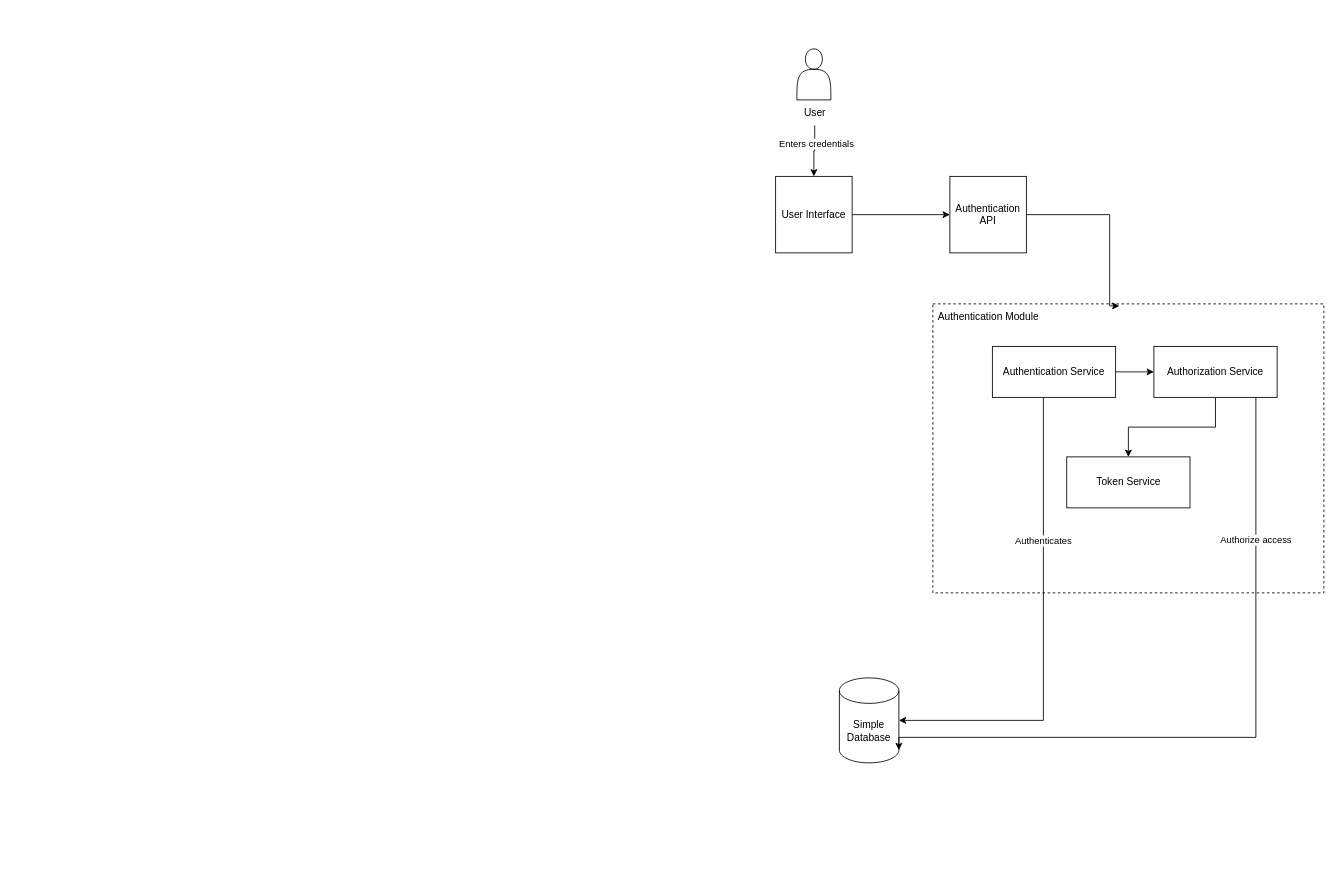
Noumannomi123/LogsMate keeps this draw.io diagram as Untitled Diagram.drawio. Above is the earlier version. Source tidied: cells renumbered, new cells numbered last; positions are measured from the earlier drawing's top-left corner, leaving out a move shared by most shapes. Both pictures are drawn from the tidied source at 85%, with x=0, y=0 at pixel (775, 48).
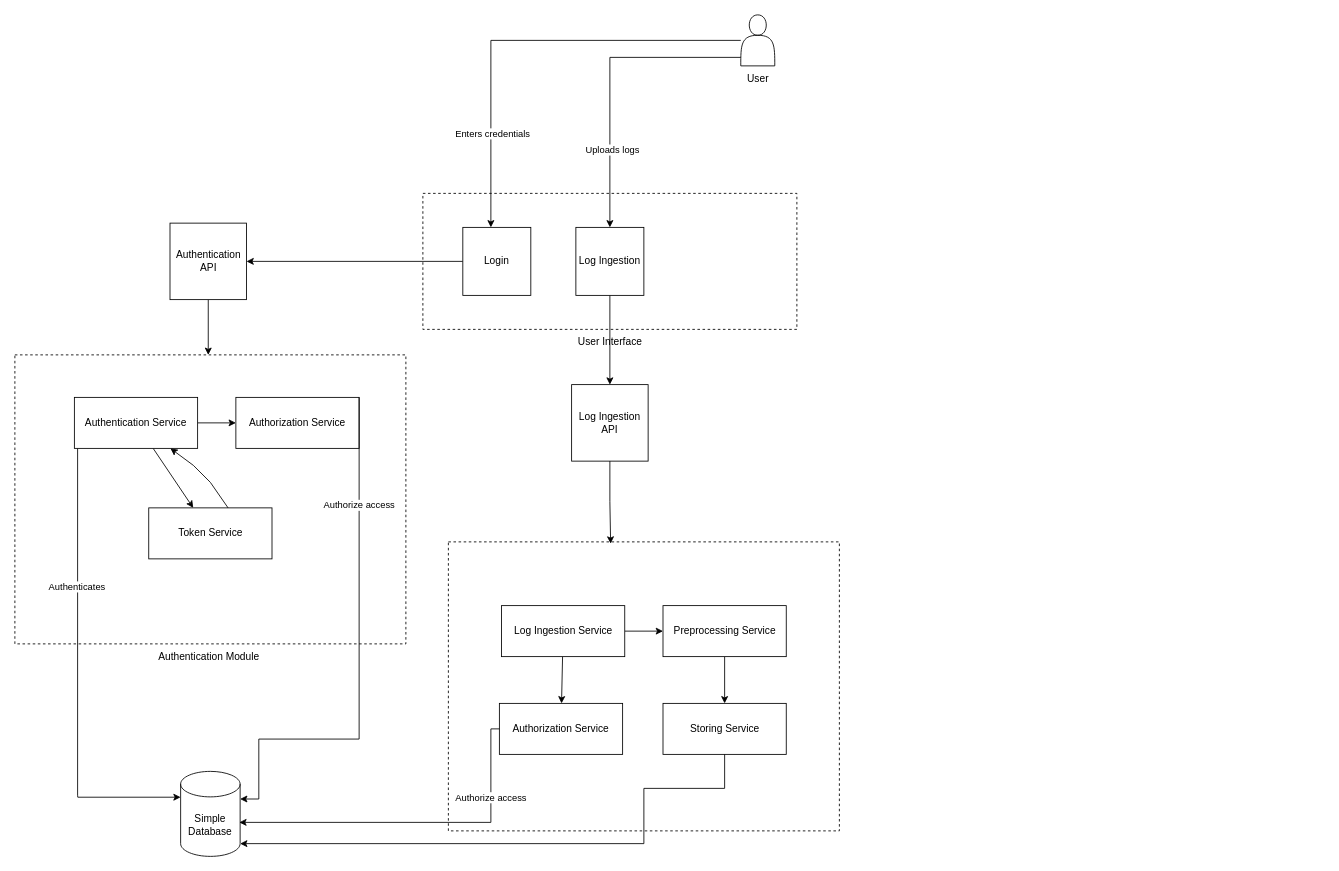
The same page after the edit.

Diff of the diagram source:
```diff
@@
     <mxCell id="2" style="rounded=0;whiteSpace=wrap;html=1;dashed=1;" parent="1" vertex="1">
-      <mxGeometry x="185" y="300" width="460" height="340" as="geometry" />
+      <mxGeometry x="-895" y="360" width="460" height="340" as="geometry" />
     </mxCell>
     <mxCell id="3" style="shape=actor;whiteSpace=wrap;html=1;" parent="1" vertex="1">
-      <mxGeometry x="25" width="40" height="60" as="geometry" />
+      <mxGeometry x="-41" y="-40" width="40" height="60" as="geometry" />
     </mxCell>
-    <mxCell id="4" style="edgeStyle=orthogonalEdgeStyle;rounded=0;jettySize=auto;html=1;" parent="1" edge="1" source="6" target="9">
-      <mxGeometry relative="1" as="geometry" />
-    </mxCell>
-    <mxCell id="5" value="Enters credentials" style="edgeLabel;html=1;align=center;verticalAlign=middle;" parent="4" vertex="1">
-      <mxGeometry x="-0.36" relative="1" as="geometry">
-        <mxPoint x="1" y="1" as="offset" />
-      </mxGeometry>
-    </mxCell>
     <mxCell id="6" value="User" style="text;html=1;align=center;verticalAlign=middle;points=[];strokeColor=none;fillColor=none;" parent="1" vertex="1">
-      <mxGeometry x="21" y="60" width="50" height="30" as="geometry" />
+      <mxGeometry x="-46" y="20" width="50" height="30" as="geometry" />
     </mxCell>
     <mxCell id="7" value="Authentication Module" style="text;html=1;align=center;verticalAlign=middle;strokeColor=none;fillColor=none;" parent="1" vertex="1">
-      <mxGeometry x="180" y="300" width="140" height="30" as="geometry" />
+      <mxGeometry x="-737.5" y="700" width="140" height="30" as="geometry" />
     </mxCell>
-    <mxCell id="8" style="edgeStyle=orthogonalEdgeStyle;rounded=0;jettySize=auto;html=1;" parent="1" edge="1" source="9" target="10">
-      <mxGeometry relative="1" as="geometry" />
-    </mxCell>
-    <mxCell id="9" value="User Interface" style="whiteSpace=wrap;html=1;" parent="1" vertex="1">
-      <mxGeometry y="150" width="90" height="90" as="geometry" />
-    </mxCell>
+    <mxCell id="11" style="edgeStyle=orthogonalEdgeStyle;rounded=0;jettySize=auto;html=1;" parent="1" edge="1" source="10" target="2">
+      <mxGeometry relative="1" as="geometry">
+        <Array as="points">
+          <mxPoint x="-665" y="260" />
+        </Array>
+      </mxGeometry>
+    </mxCell>
     <mxCell id="10" value="Authentication API" style="whiteSpace=wrap;html=1;" parent="1" vertex="1">
-      <mxGeometry x="205" y="150" width="90" height="90" as="geometry" />
+      <mxGeometry x="-712.5" y="205" width="90" height="90" as="geometry" />
     </mxCell>
-    <mxCell id="11" style="edgeStyle=orthogonalEdgeStyle;rounded=0;jettySize=auto;html=1;entryX=0.477;entryY=0.007;entryDx=0;entryDy=0;entryPerimeter=0;" parent="1" edge="1" source="10" target="2">
-      <mxGeometry relative="1" as="geometry">
-        <Array as="points">
-          <mxPoint x="393" y="195" />
-        </Array>
-      </mxGeometry>
-    </mxCell>
-    <mxCell id="12" style="edgeStyle=orthogonalEdgeStyle;rounded=0;jettySize=auto;html=1;" parent="1" edge="1" source="13" target="18">
-      <mxGeometry relative="1" as="geometry" />
-    </mxCell>
     <mxCell id="13" value="Authorization Service" style="rounded=0;whiteSpace=wrap;html=1;" parent="1" vertex="1">
-      <mxGeometry x="445" y="350" width="145" height="60" as="geometry" />
+      <mxGeometry x="-635" y="410" width="145" height="60" as="geometry" />
     </mxCell>
@@
-    <mxCell id="15" style="edgeStyle=orthogonalEdgeStyle;rounded=0;jettySize=auto;html=1;" parent="1" edge="1" source="17" target="19">
+    <mxCell id="15" style="edgeStyle=orthogonalEdgeStyle;rounded=0;orthogonalLoop=1;jettySize=auto;html=1;entryX=0;entryY=0;entryDx=0;entryDy=32.5;entryPerimeter=0;exitX=0.026;exitY=1.035;exitDx=0;exitDy=0;exitPerimeter=0;" parent="1" edge="1">
       <mxGeometry relative="1" as="geometry">
+        <mxPoint x="-821.2" y="470" as="sourcePoint" />
+        <mxPoint x="-700" y="880.4" as="targetPoint" />
         <Array as="points">
-          <mxPoint x="315" y="790" />
+          <mxPoint x="-821" y="878" />
+          <mxPoint x="-821" y="880" />
         </Array>
       </mxGeometry>
     </mxCell>
@@
+    <mxCell id="22" style="rounded=0;jettySize=auto;html=1;" parent="1" edge="1" source="17" target="18">
+      <mxGeometry relative="1" as="geometry" />
+    </mxCell>
     <mxCell id="17" value="Authentication Service" style="rounded=0;whiteSpace=wrap;html=1;" parent="1" vertex="1">
-      <mxGeometry x="255" y="350" width="145" height="60" as="geometry" />
+      <mxGeometry x="-825" y="410" width="145" height="60" as="geometry" />
     </mxCell>
+    <mxCell id="23" style="rounded=0;jettySize=auto;html=1;exitX=0.658;exitY=0.05;exitDx=0;exitDy=0;exitPerimeter=0;" parent="1" edge="1" source="18" target="17">
+      <mxGeometry relative="1" as="geometry">
+        <Array as="points">
+          <mxPoint x="-665" y="510" />
+          <mxPoint x="-685" y="490" />
+        </Array>
+      </mxGeometry>
+    </mxCell>
     <mxCell id="18" value="Token Service" style="rounded=0;whiteSpace=wrap;html=1;" parent="1" vertex="1">
-      <mxGeometry x="342.5" y="480" width="145" height="60" as="geometry" />
+      <mxGeometry x="-737.5" y="540" width="145" height="60" as="geometry" />
     </mxCell>
     <mxCell id="19" value="Simple Database" style="shape=cylinder3;whiteSpace=wrap;html=1;boundedLbl=1;backgroundOutline=1;size=15;" parent="1" vertex="1">
-      <mxGeometry x="75" y="740" width="70" height="100" as="geometry" />
+      <mxGeometry x="-700" y="850" width="70" height="100" as="geometry" />
     </mxCell>
-    <mxCell id="20" style="edgeStyle=orthogonalEdgeStyle;rounded=0;jettySize=auto;html=1;entryX=1;entryY=1;entryDx=0;entryDy=-15;entryPerimeter=0;" parent="1" edge="1" source="13" target="19">
+    <mxCell id="20" style="edgeStyle=orthogonalEdgeStyle;rounded=0;jettySize=auto;html=1;entryX=1;entryY=0;entryDx=0;entryDy=32.5;entryPerimeter=0;" parent="1" edge="1" target="19">
       <mxGeometry relative="1" as="geometry">
+        <mxPoint x="-490" y="410" as="sourcePoint" />
         <Array as="points">
-          <mxPoint x="565" y="810" />
-          <mxPoint x="145" y="810" />
+          <mxPoint x="-490" y="812" />
+          <mxPoint x="-608" y="812" />
+          <mxPoint x="-608" y="883" />
         </Array>
       </mxGeometry>
     </mxCell>
@@
+    <mxCell id="24" style="rounded=0;whiteSpace=wrap;html=1;dashed=1;" parent="1" vertex="1">
+      <mxGeometry x="-415" y="170" width="440" height="160" as="geometry" />
+    </mxCell>
+    <mxCell id="25" style="edgeStyle=orthogonalEdgeStyle;rounded=0;jettySize=auto;html=1;" parent="1" edge="1" source="26" target="38">
+      <mxGeometry relative="1" as="geometry" />
+    </mxCell>
+    <mxCell id="26" value="Log Ingestion" style="whiteSpace=wrap;html=1;" parent="1" vertex="1">
+      <mxGeometry x="-235" y="210" width="80" height="80" as="geometry" />
+    </mxCell>
+    <mxCell id="27" style="edgeStyle=orthogonalEdgeStyle;rounded=0;jettySize=auto;html=1;entryX=1;entryY=0.5;entryDx=0;entryDy=0;" parent="1" edge="1" source="28" target="10">
+      <mxGeometry relative="1" as="geometry" />
+    </mxCell>
+    <mxCell id="28" value="Login" style="whiteSpace=wrap;html=1;" parent="1" vertex="1">
+      <mxGeometry x="-368" y="210" width="80" height="80" as="geometry" />
+    </mxCell>
+    <mxCell id="29" style="edgeStyle=orthogonalEdgeStyle;rounded=0;jettySize=auto;html=1;" parent="1" edge="1" source="3" target="28">
+      <mxGeometry relative="1" as="geometry">
+        <Array as="points">
+          <mxPoint x="-335" y="-10" />
+        </Array>
+      </mxGeometry>
+    </mxCell>
+    <mxCell id="5" value="Enters credentials" style="edgeLabel;html=1;align=center;verticalAlign=middle;" parent="29" vertex="1">
+      <mxGeometry x="0.57" y="1" relative="1" as="geometry" />
+    </mxCell>
+    <mxCell id="30" style="edgeStyle=orthogonalEdgeStyle;rounded=0;jettySize=auto;html=1;" parent="1" edge="1" source="3" target="26">
+      <mxGeometry relative="1" as="geometry">
+        <Array as="points">
+          <mxPoint x="-195" y="10" />
+        </Array>
+      </mxGeometry>
+    </mxCell>
+    <mxCell id="31" value="Uploads logs" style="edgeLabel;html=1;align=center;verticalAlign=middle;" parent="30" vertex="1">
+      <mxGeometry x="0.48" y="2" relative="1" as="geometry" />
+    </mxCell>
+    <mxCell id="32" style="rounded=0;whiteSpace=wrap;html=1;dashed=1;" parent="1" vertex="1">
+      <mxGeometry x="-385" y="580" width="460" height="340" as="geometry" />
+    </mxCell>
+    <mxCell id="33" style="edgeStyle=orthogonalEdgeStyle;rounded=0;jettySize=auto;html=1;" parent="1" edge="1" source="34" target="43">
+      <mxGeometry relative="1" as="geometry" />
+    </mxCell>
+    <mxCell id="34" value="Preprocessing Service" style="rounded=0;whiteSpace=wrap;html=1;" parent="1" vertex="1">
+      <mxGeometry x="-132.5" y="655" width="145" height="60" as="geometry" />
+    </mxCell>
+    <mxCell id="35" style="edgeStyle=orthogonalEdgeStyle;rounded=0;jettySize=auto;html=1;" parent="1" edge="1" source="37" target="34">
+      <mxGeometry relative="1" as="geometry" />
+    </mxCell>
+    <mxCell id="36" style="rounded=0;jettySize=auto;html=1;" parent="1" edge="1" source="37" target="40">
+      <mxGeometry relative="1" as="geometry" />
+    </mxCell>
+    <mxCell id="37" value="Log Ingestion Service" style="rounded=0;whiteSpace=wrap;html=1;" parent="1" vertex="1">
+      <mxGeometry x="-322.5" y="655" width="145" height="60" as="geometry" />
+    </mxCell>
+    <mxCell id="38" value="Log Ingestion API" style="whiteSpace=wrap;html=1;" parent="1" vertex="1">
+      <mxGeometry x="-240" y="395" width="90" height="90" as="geometry" />
+    </mxCell>
+    <mxCell id="9" value="User Interface" style="text;html=1;align=center;verticalAlign=middle;points=[];strokeColor=none;fillColor=none;" parent="1" vertex="1">
+      <mxGeometry x="-245" y="330" width="100" height="30" as="geometry" />
+    </mxCell>
+    <mxCell id="39" style="edgeStyle=orthogonalEdgeStyle;rounded=0;jettySize=auto;html=1;entryX=0.415;entryY=0.006;entryDx=0;entryDy=0;entryPerimeter=0;" parent="1" edge="1" source="38" target="32">
+      <mxGeometry relative="1" as="geometry" />
+    </mxCell>
+    <mxCell id="40" value="Authorization Service" style="rounded=0;whiteSpace=wrap;html=1;" parent="1" vertex="1">
+      <mxGeometry x="-325" y="770" width="145" height="60" as="geometry" />
+    </mxCell>
+    <mxCell id="41" style="edgeStyle=orthogonalEdgeStyle;rounded=0;jettySize=auto;html=1;" parent="1" edge="1" source="40">
+      <mxGeometry relative="1" as="geometry">
+        <mxPoint x="-631" y="910" as="targetPoint" />
+        <Array as="points">
+          <mxPoint x="-335" y="800" />
+          <mxPoint x="-335" y="910" />
+          <mxPoint x="-631" y="910" />
+        </Array>
+      </mxGeometry>
+    </mxCell>
+    <mxCell id="42" value="Authorize access" style="edgeLabel;html=1;align=center;verticalAlign=middle;" parent="41" vertex="1">
+      <mxGeometry x="-0.63" y="-1" relative="1" as="geometry">
+        <mxPoint y="13" as="offset" />
+      </mxGeometry>
+    </mxCell>
+    <mxCell id="43" value="Storing Service" style="rounded=0;whiteSpace=wrap;html=1;" parent="1" vertex="1">
+      <mxGeometry x="-132.5" y="770" width="145" height="60" as="geometry" />
+    </mxCell>
+    <mxCell id="44" style="edgeStyle=orthogonalEdgeStyle;rounded=0;jettySize=auto;html=1;entryX=1;entryY=1;entryDx=0;entryDy=-15;entryPerimeter=0;exitX=0.5;exitY=1;exitDx=0;exitDy=0;" parent="1" edge="1" source="43" target="19">
+      <mxGeometry relative="1" as="geometry">
+        <Array as="points">
+          <mxPoint x="-60" y="870" />
+          <mxPoint x="-155" y="870" />
+          <mxPoint x="-155" y="935" />
+        </Array>
+      </mxGeometry>
+    </mxCell>
```
